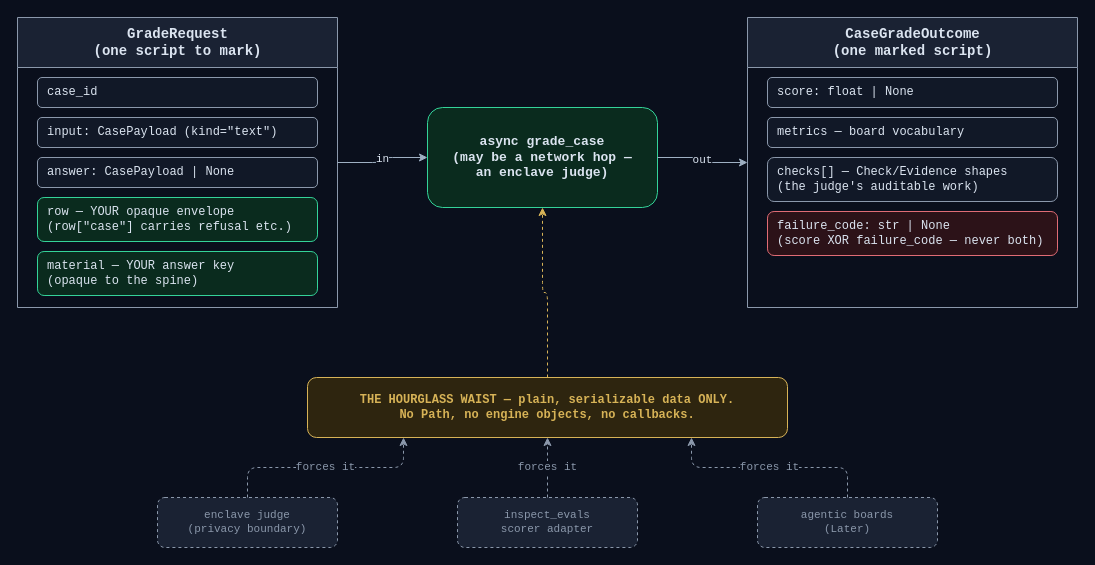
Earlier version of the draw.io diagram apps/screamingface-engine/docs/diagrams/grade-case-hourglass.drawio (ScreamingFace/screamingface). Source tidied: cells renumbered, new cells numbered last; positions are measured from the earlier drawing's top-left corner, leaving out a move shared by most shapes. Both pictures are drawn from the tidied source at 100%, with x=0, y=0 at pixel (17, 17).
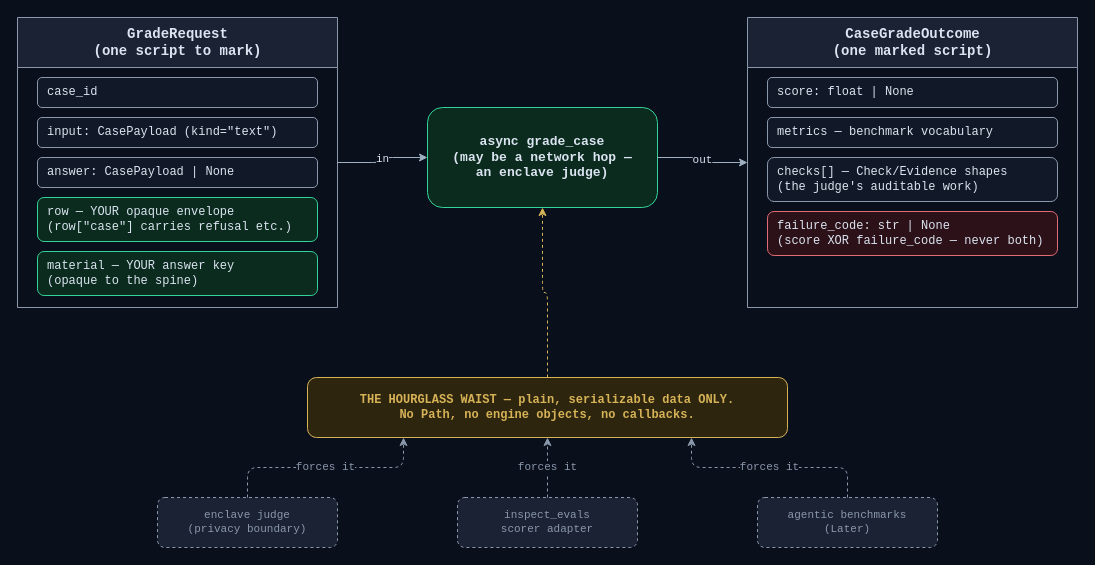
Above is the later version.

The change refers to these unchanged cells:
```xml
<mxCell id="9" value="CaseGradeOutcome&#10;(one marked script)" style="swimlane;startSize=50;html=1;fillColor=#1a2233;strokeColor=#8b98ab;fontColor=#dbe4f0;fontFamily=Courier New;fontSize=14;fontStyle=1;" parent="1" vertex="1">
  <mxGeometry x="730" width="330" height="290" as="geometry" />
</mxCell>
```

Change to the diagram source:
```diff
@@
-    <mxCell id="11" value="metrics — board vocabulary" style="rounded=1;whiteSpace=wrap;html=1;fillColor=#111827;strokeColor=#8b98ab;fontColor=#dbe4f0;fontFamily=Courier New;fontSize=12;align=left;spacingLeft=8;" parent="9" vertex="1">
+    <mxCell id="11" value="metrics — benchmark vocabulary" style="rounded=1;whiteSpace=wrap;html=1;fillColor=#111827;strokeColor=#8b98ab;fontColor=#dbe4f0;fontFamily=Courier New;fontSize=12;align=left;spacingLeft=8;" parent="9" vertex="1">
       <mxGeometry x="20" y="100" width="290" height="30" as="geometry" />
     </mxCell>
@@
-    <mxCell id="19" value="agentic boards&#10;(Later)" style="rounded=1;whiteSpace=wrap;html=1;dashed=1;fillColor=#1a2233;strokeColor=#8b98ab;fontColor=#8b98ab;fontFamily=Courier New;fontSize=11;" parent="1" vertex="1">
+    <mxCell id="19" value="agentic benchmarks&#10;(Later)" style="rounded=1;whiteSpace=wrap;html=1;dashed=1;fillColor=#1a2233;strokeColor=#8b98ab;fontColor=#8b98ab;fontFamily=Courier New;fontSize=11;" parent="1" vertex="1">
       <mxGeometry x="740" y="480" width="180" height="50" as="geometry" />
     </mxCell>
```
